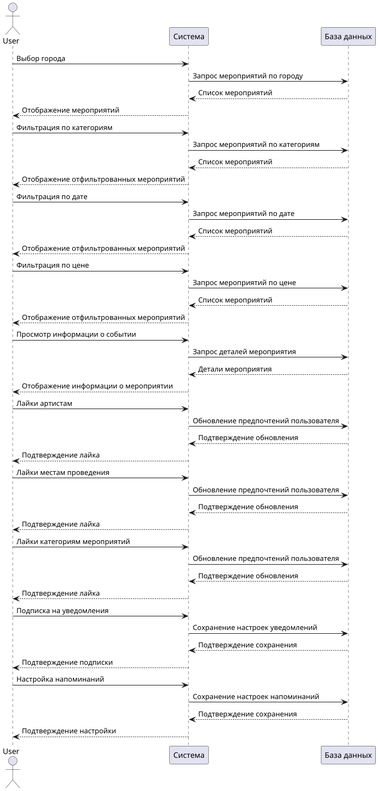
Above: src/main/homework1/sequence.png in physcorgi/57school_telegram_game (PlantUML), before the change. The source it was exported from:
```plantuml
@startuml

actor User
participant "Система" as System
participant "База данных" as Database

User -> System: Выбор города
System -> Database: Запрос мероприятий по городу
Database --> System: Список мероприятий
System --> User: Отображение мероприятий

User -> System: Фильтрация по категориям
System -> Database: Запрос мероприятий по категориям
Database --> System: Список мероприятий
System --> User: Отображение отфильтрованных мероприятий

User -> System: Фильтрация по дате
System -> Database: Запрос мероприятий по дате
Database --> System: Список мероприятий
System --> User: Отображение отфильтрованных мероприятий

User -> System: Фильтрация по цене
System -> Database: Запрос мероприятий по цене
Database --> System: Список мероприятий
System --> User: Отображение отфильтрованных мероприятий

User -> System: Просмотр информации о событии
System -> Database: Запрос деталей мероприятия
Database --> System: Детали мероприятия
System --> User: Отображение информации о мероприятии

User -> System: Лайки артистам
System -> Database: Обновление предпочтений пользователя
Database --> System: Подтверждение обновления
System --> User: Подтверждение лайка

User -> System: Лайки местам проведения
System -> Database: Обновление предпочтений пользователя
Database --> System: Подтверждение обновления
System --> User: Подтверждение лайка

User -> System: Лайки категориям мероприятий
System -> Database: Обновление предпочтений пользователя
Database --> System: Подтверждение обновления
System --> User: Подтверждение лайка

User -> System: Подписка на уведомления
System -> Database: Сохранение настроек уведомлений
Database --> System: Подтверждение сохранения
System --> User: Подтверждение подписки

User -> System: Настройка напоминаний
System -> Database: Сохранение настроек напоминаний
Database --> System: Подтверждение сохранения
System --> User: Подтверждение настройки

@enduml
```
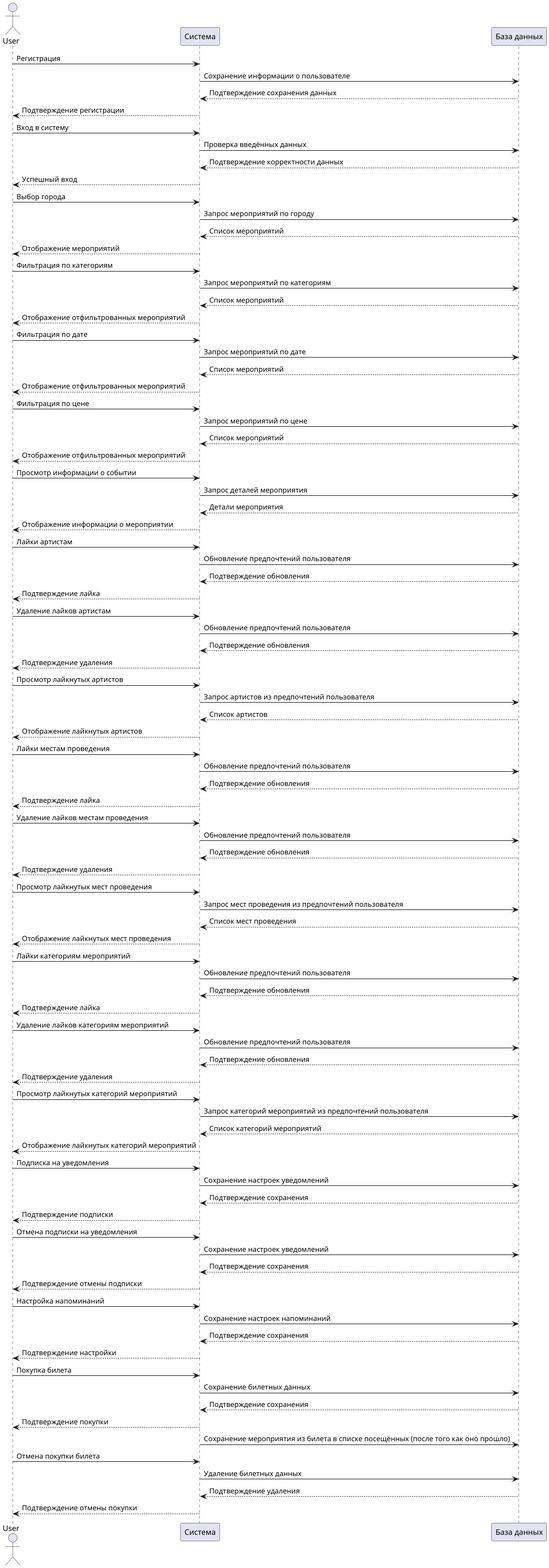
The same diagram one commit later.

Commit message:
Ласкина Алиса, ДЗ на 14.02.25, новая версия sequence-диаграммы к групповому проекту.

What changed in the source:
```diff
@@ -3,6 +3,16 @@
 actor User
 participant "Система" as System
 participant "База данных" as Database
+
+User -> System: Регистрация
+System -> Database: Сохранение информации о пользователе
+Database --> System: Подтверждение сохранения данных
+System --> User: Подтверждение регистрации
+
+User -> System: Вход в систему
+System -> Database: Проверка введённых данных
+Database --> System: Подтверждение корректности данных
+System --> User: Успешный вход
 
 User -> System: Выбор города
 System -> Database: Запрос мероприятий по городу
@@ -34,24 +44,70 @@
 Database --> System: Подтверждение обновления
 System --> User: Подтверждение лайка
 
+User -> System: Удаление лайков артистам
+System -> Database: Обновление предпочтений пользователя
+Database --> System: Подтверждение обновления
+System --> User: Подтверждение удаления
+
+User -> System: Просмотр лайкнутых артистов
+System -> Database: Запрос артистов из предпочтений пользователя
+Database --> System: Список артистов
+System --> User: Отображение лайкнутых артистов
+
 User -> System: Лайки местам проведения
 System -> Database: Обновление предпочтений пользователя
 Database --> System: Подтверждение обновления
 System --> User: Подтверждение лайка
+
+User -> System: Удаление лайков местам проведения
+System -> Database: Обновление предпочтений пользователя
+Database --> System: Подтверждение обновления
+System --> User: Подтверждение удаления
+
+User -> System: Просмотр лайкнутых мест проведения
+System -> Database: Запрос мест проведения из предпочтений пользователя
+Database --> System: Список мест проведения
+System --> User: Отображение лайкнутых мест проведения
 
 User -> System: Лайки категориям мероприятий
 System -> Database: Обновление предпочтений пользователя
 Database --> System: Подтверждение обновления
 System --> User: Подтверждение лайка
 
+User -> System: Удаление лайков категориям мероприятий
+System -> Database: Обновление предпочтений пользователя
+Database --> System: Подтверждение обновления
+System --> User: Подтверждение удаления
+
+User -> System: Просмотр лайкнутых категорий мероприятий
+System -> Database: Запрос категорий мероприятий из предпочтений пользователя
+Database --> System: Список категорий мероприятий
+System --> User: Отображение лайкнутых категорий мероприятий
+
 User -> System: Подписка на уведомления
 System -> Database: Сохранение настроек уведомлений
 Database --> System: Подтверждение сохранения
 System --> User: Подтверждение подписки
+
+User -> System: Отмена подписки на уведомления
+System -> Database: Сохранение настроек уведомлений
+Database --> System: Подтверждение сохранения
+System --> User: Подтверждение отмены подписки
 
 User -> System: Настройка напоминаний
 System -> Database: Сохранение настроек напоминаний
 Database --> System: Подтверждение сохранения
 System --> User: Подтверждение настройки
 
+User -> System: Покупка билета
+System -> Database: Сохранение билетных данных
+Database --> System: Подтверждение сохранения
+System --> User: Подтверждение покупки
+System -> Database: Сохранение мероприятия из билета в списке посещённых (после того как оно прошло)
+
+User -> System: Отмена покупки билета
+System -> Database: Удаление билетных данных
+Database --> System: Подтверждение удаления
+System --> User: Подтверждение отмены покупки
+
 @enduml
```
